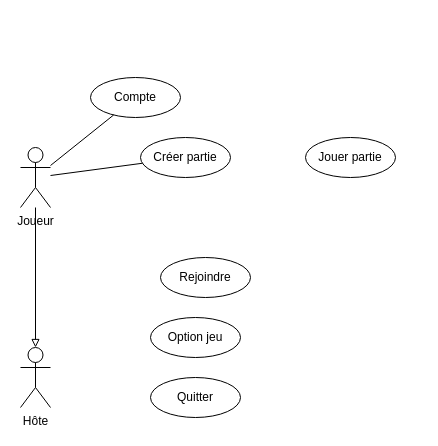
Earlier version of the draw.io diagram Diagrammes/Diagramme sans nom.drawio (Igniiis/projet_splendor). Source tidied: cells renumbered, new cells numbered last; positions are measured from the earlier drawing's top-left corner, leaving out a move shared by most shapes. Both pictures are drawn from the tidied source at 100%, with x=0, y=0 at pixel (20, 77).
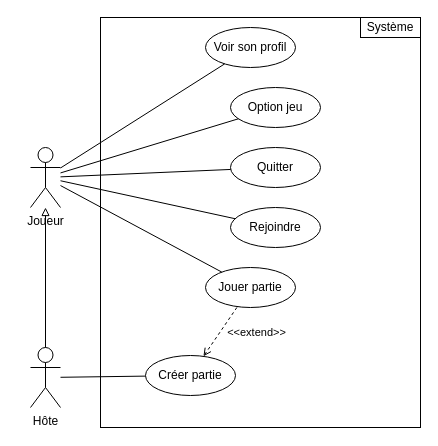
The same page after the edit.

Commit message (it also covers changes not shown here):
Mettre à jour Diagramme sans nom.drawio

Diff of the diagram source:
```diff
@@
+    <mxCell id="13" style="rounded=0;whiteSpace=wrap;html=1;" parent="1" vertex="1">
+      <mxGeometry x="80" y="-60" width="320" height="410" as="geometry" />
+    </mxCell>
     <mxCell id="2" value="Joueur" style="shape=umlActor;verticalLabelPosition=bottom;verticalAlign=top;html=1;outlineConnect=0;" parent="1" vertex="1">
-      <mxGeometry y="70" width="30" height="60" as="geometry" />
+      <mxGeometry x="10" y="70" width="30" height="60" as="geometry" />
     </mxCell>
     <mxCell id="3" value="Hôte" style="shape=umlActor;verticalLabelPosition=bottom;verticalAlign=top;html=1;outlineConnect=0;" parent="1" vertex="1">
-      <mxGeometry y="270" width="30" height="60" as="geometry" />
+      <mxGeometry x="10" y="270" width="30" height="60" as="geometry" />
     </mxCell>
-    <mxCell id="4" value="Compte" style="ellipse;whiteSpace=wrap;html=1;" parent="1" vertex="1">
-      <mxGeometry x="70" width="90" height="40" as="geometry" />
+    <mxCell id="4" value="Voir son profil" style="ellipse;whiteSpace=wrap;html=1;" parent="1" vertex="1">
+      <mxGeometry x="185" y="-50" width="90" height="40" as="geometry" />
     </mxCell>
     <mxCell id="5" value="Créer partie" style="ellipse;whiteSpace=wrap;html=1;" parent="1" vertex="1">
-      <mxGeometry x="120" y="60" width="90" height="40" as="geometry" />
+      <mxGeometry x="125" y="278" width="90" height="40" as="geometry" />
     </mxCell>
     <mxCell id="6" value="Rejoindre" style="ellipse;whiteSpace=wrap;html=1;" parent="1" vertex="1">
-      <mxGeometry x="140" y="180" width="90" height="40" as="geometry" />
+      <mxGeometry x="210" y="130" width="90" height="40" as="geometry" />
     </mxCell>
     <mxCell id="7" value="Quitter" style="ellipse;whiteSpace=wrap;html=1;" parent="1" vertex="1">
-      <mxGeometry x="130" y="300" width="90" height="40" as="geometry" />
+      <mxGeometry x="210" y="70" width="90" height="40" as="geometry" />
     </mxCell>
     <mxCell id="8" value="Option jeu" style="ellipse;whiteSpace=wrap;html=1;" parent="1" vertex="1">
-      <mxGeometry x="130" y="240" width="90" height="40" as="geometry" />
+      <mxGeometry x="210" y="10" width="90" height="40" as="geometry" />
     </mxCell>
     <mxCell id="9" value="Jouer partie" style="ellipse;whiteSpace=wrap;html=1;" parent="1" vertex="1">
-      <mxGeometry x="285" y="60" width="90" height="40" as="geometry" />
+      <mxGeometry x="185" y="190" width="90" height="40" as="geometry" />
     </mxCell>
@@
-    <mxCell id="11" style="endArrow=none;html=1;rounded=0;" parent="1" edge="1" source="2" target="5">
+    <mxCell id="11" style="endArrow=none;html=1;rounded=0;" parent="1" edge="1" source="2" target="9">
       <mxGeometry relative="1" as="geometry" />
     </mxCell>
-    <mxCell id="12" style="endArrow=none;html=1;rounded=0;startArrow=block;startFill=0;" parent="1" edge="1" source="3" target="2">
+    <mxCell id="12" style="endArrow=none;html=1;rounded=0;startArrow=block;startFill=0;" parent="1" edge="1" source="2" target="3">
       <mxGeometry relative="1" as="geometry" />
     </mxCell>
+    <mxCell id="14" style="endArrow=none;html=1;rounded=0;" parent="1" edge="1" source="3" target="5">
+      <mxGeometry relative="1" as="geometry" />
+    </mxCell>
+    <mxCell id="15" style="endArrow=none;html=1;rounded=0;" parent="1" edge="1" source="2" target="6">
+      <mxGeometry relative="1" as="geometry" />
+    </mxCell>
+    <mxCell id="16" value="Système" style="rounded=0;whiteSpace=wrap;html=1;" parent="1" vertex="1">
+      <mxGeometry x="340" y="-60" width="60" height="20" as="geometry" />
+    </mxCell>
+    <mxCell id="17" style="endArrow=none;html=1;rounded=0;" parent="1" edge="1" source="2" target="7">
+      <mxGeometry relative="1" as="geometry" />
+    </mxCell>
+    <mxCell id="18" style="endArrow=none;html=1;rounded=0;dashed=1;startArrow=open;startFill=0;" parent="1" edge="1" source="5" target="9">
+      <mxGeometry relative="1" as="geometry" />
+    </mxCell>
+    <mxCell id="19" value="&amp;lt;&amp;lt;extend&amp;gt;&amp;gt;" style="edgeLabel;html=1;align=center;verticalAlign=middle;" parent="18" vertex="1">
+      <mxGeometry x="-0.2" relative="1" as="geometry">
+        <mxPoint x="39" y="-5" as="offset" />
+      </mxGeometry>
+    </mxCell>
+    <mxCell id="20" style="endArrow=none;html=1;rounded=0;" parent="1" edge="1" source="2" target="8">
+      <mxGeometry relative="1" as="geometry" />
+    </mxCell>
```
